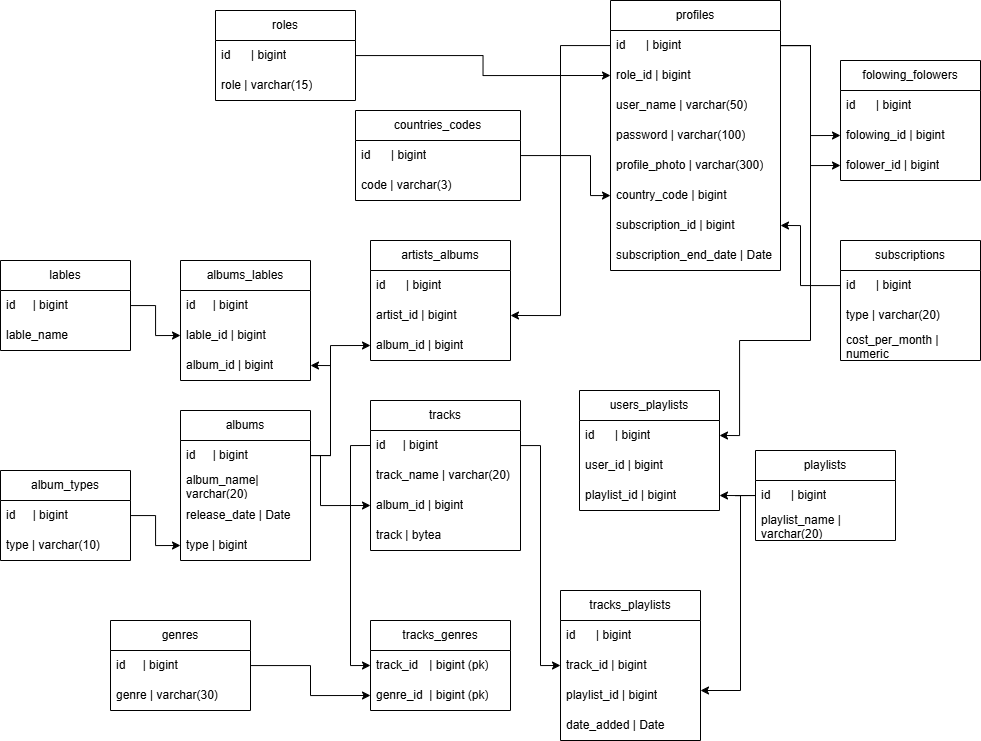
Earlier version of the draw.io export documents/ErdStreamingService.png (melnikanna6766-a11y/Streaming_service). Source tidied: cells renumbered, new cells last; positions are measured from the earlier drawing's top-left corner, leaving out a move shared by most shapes.
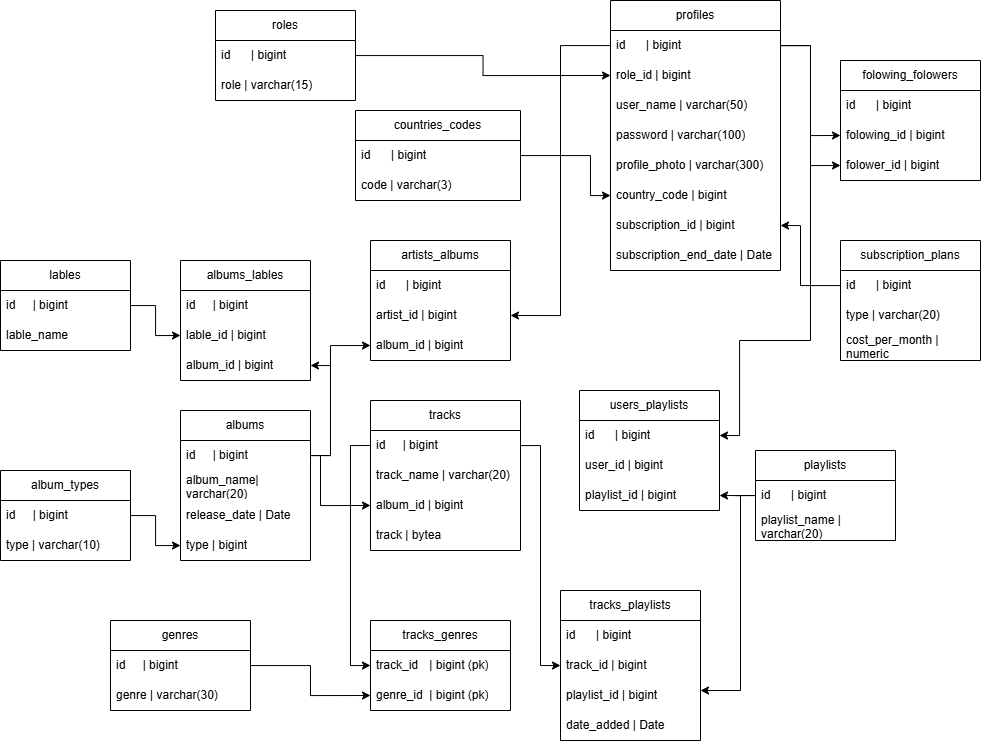
Above is the later version.

Change to the diagram source:
```diff
@@ -238,7 +238,7 @@
     <mxCell id="73" style="edgeStyle=orthogonalEdgeStyle;rounded=0;jettySize=auto;html=1;exitX=1;exitY=0.5;exitDx=0;exitDy=0;entryX=1;entryY=0.5;entryDx=0;entryDy=0;" parent="1" edge="1" source="18" target="72">
       <mxGeometry relative="1" as="geometry" />
     </mxCell>
-    <mxCell id="74" value="&lt;span style=&quot;text-align: left;&quot;&gt;subscriptions&lt;/span&gt;" style="swimlane;fontStyle=0;horizontal=1;startSize=30;whiteSpace=wrap;html=1;" parent="1" vertex="1">
+    <mxCell id="74" value="&lt;span style=&quot;text-align: left;&quot;&gt;subscription_plans&lt;/span&gt;" style="swimlane;fontStyle=0;horizontal=1;startSize=30;whiteSpace=wrap;html=1;" parent="1" vertex="1">
       <mxGeometry x="840" y="240" width="140" height="120" as="geometry" />
     </mxCell>
     <mxCell id="75" value="id&lt;span style=&quot;white-space: pre;&quot;&gt;&#9;&lt;/span&gt;&amp;nbsp;| bigint" style="text;strokeColor=none;fillColor=none;align=left;verticalAlign=middle;spacingLeft=4;spacingRight=4;overflow=hidden;points=[[0,0.5],[1,0.5]];portConstraint=eastwest;whiteSpace=wrap;html=1;" parent="74" vertex="1">
```
